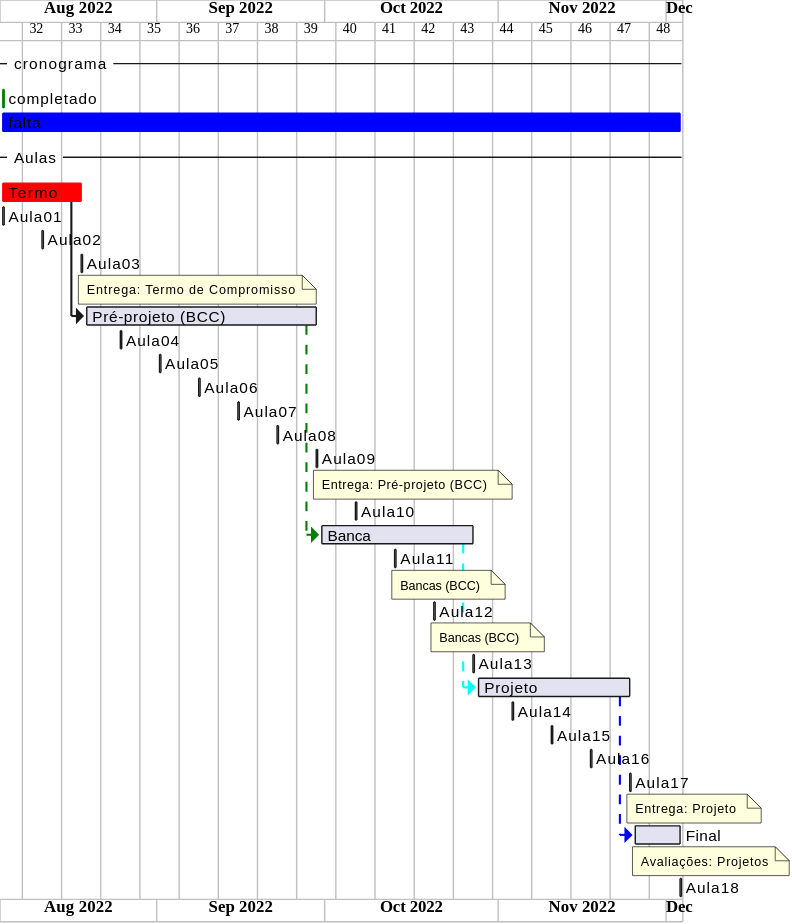
Earlier version of the PlantUML export svg/cronograma_BCC.svg (dalton-reis/disciplina_TCC1_Privado). Source of this version:
```plantuml
@startgantt cronograma_BCC

!$dataInicio = "2022-08-04"
!$dataFim  = "2022-12-03"
!$Aula01 = $dataInicio
!$Aula02 = "2022-08-11"
!$Aula03 = "2022-08-18"
!$Aula04 = "2022-08-25"
!$Aula05 = "2022-09-01"
!$Aula06 = "2022-09-08"
!$Aula07 = "2022-09-15"
!$Aula08 = "2022-09-22"
!$Aula09 = "2022-09-29"
!$Aula10 = "2022-10-06"
!$Aula11 = "2022-10-13"
!$Aula12 = "2022-10-20"
!$Aula13 = "2022-10-27"
!$Aula14 = "2022-11-03"
!$Aula15 = "2022-11-10"
!$Aula16 = "2022-11-17"
!$Aula17 = "2022-11-24"
!$Aula18 = "2022-12-01"
!$Aula18 = $dataFim

!$dataAtual  = $Aula01

ganttscale weekly

Project starts $dataInicio

-- cronograma --
[completado] is colored in green
[completado] starts $dataInicio and ends $dataAtual
[falta] starts $dataAtual and ends $dataFim
[falta] is colored in blue

-- Aulas --
[Termo] is colored in Red
[Termo]  starts $Aula01 and ends $Aula03
[Aula01] starts $Aula01 and ends $Aula01
[Aula02] starts $Aula02 and ends $Aula02
[Aula03] starts $Aula03 and ends $Aula03
note bottom
Entrega: Termo de Compromisso
end note
[Pré-projeto (BCC)] starts at [Termo]'s end
[Pré-projeto (BCC)] ends $Aula09
[Aula04] starts $Aula04 and ends $Aula04
[Aula05] starts $Aula05 and ends $Aula05
[Aula06] starts $Aula06 and ends $Aula06
[Aula07] starts $Aula07 and ends $Aula07
[Aula08] starts $Aula08 and ends $Aula08
[Aula09] starts $Aula09 and ends $Aula09
note bottom
Entrega: Pré-projeto (BCC)
end note
[Aula10] starts $Aula10 and ends $Aula10
[Banca] starts at [Pré-projeto (BCC)]'s end with green dashed link
[Banca] ends $Aula13
[Aula11] starts $Aula11 and ends $Aula11
note bottom
Bancas (BCC)
end note
[Aula12] starts $Aula12 and ends $Aula12
note bottom
Bancas (BCC)
end note
[Aula13] starts $Aula13 and ends $Aula13
[Projeto] starts at [Banca]'s end with cyan dashed link
[Projeto] ends $Aula17
[Aula14] starts $Aula14 and ends $Aula14
[Aula15] starts $Aula15 and ends $Aula15
[Aula16] starts $Aula16 and ends $Aula16
[Aula17] starts $Aula17 and ends $Aula17
note bottom
Entrega: Projeto
end note
[Final] starts at [Projeto]'s end with blue dashed link
[Final] ends $Aula18
note bottom
Avaliações: Projetos
end note
[Aula18] starts $Aula18 and ends $Aula18

@endgantt
```
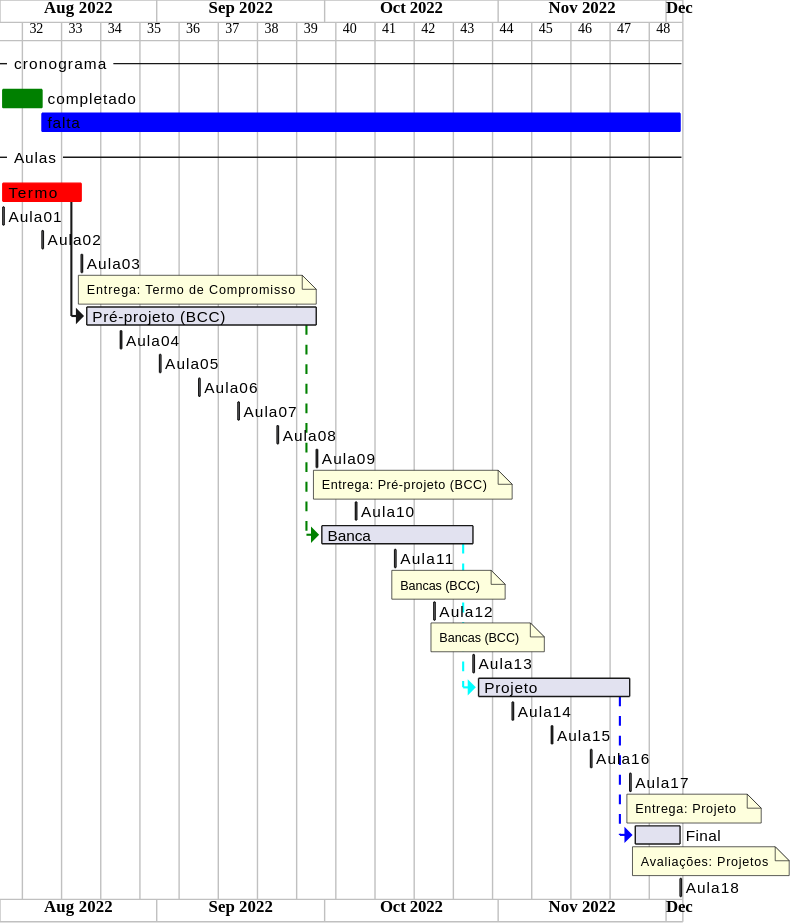
After the change.

Diff of the diagram source:
```diff
@@ -22,7 +22,7 @@
 !$Aula18 = "2022-12-01"
 !$Aula18 = $dataFim
 
-!$dataAtual  = $Aula01
+!$dataAtual  = $Aula02
 
 ganttscale weekly
 
```
